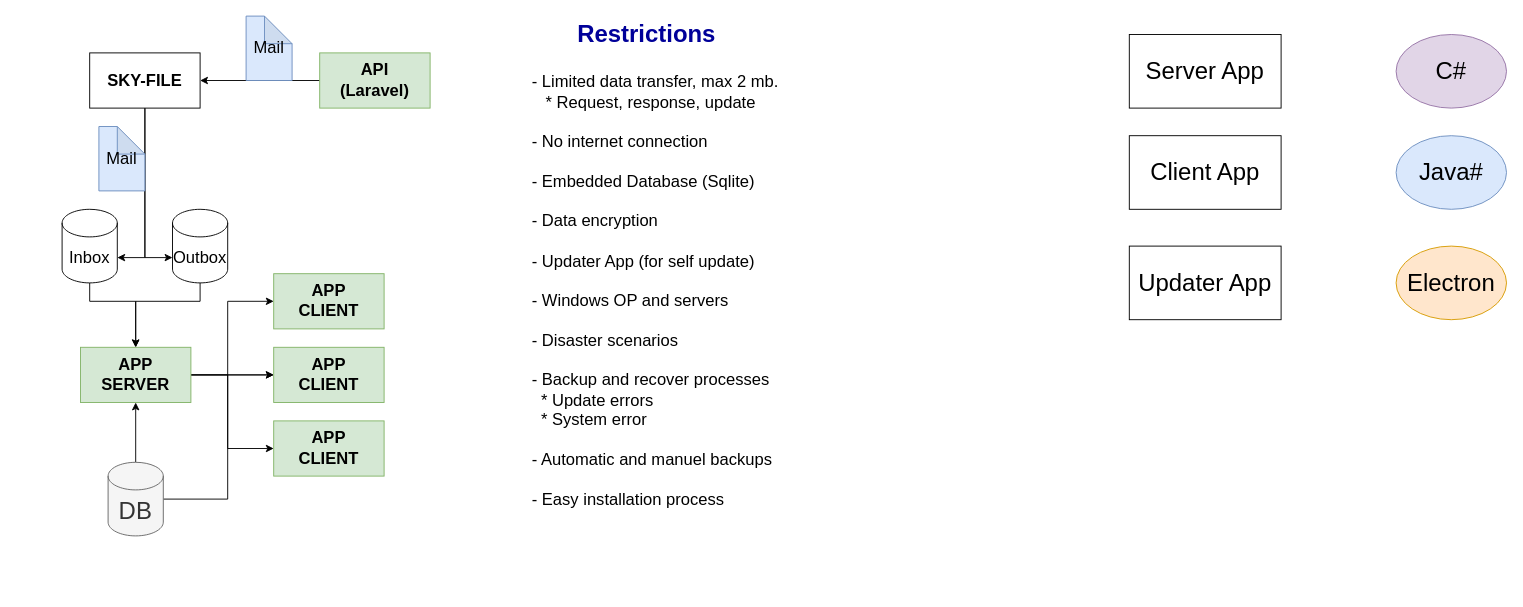
Before: page "Desktio App" (6 of 6) of mrvtool.drawio in dagistan-tuncbilek/tasarimlar, a draw.io diagram. Source tidied: cells renumbered, new cells numbered last; positions are measured from the earlier drawing's top-left corner, leaving out a move shared by most shapes. Both pictures are drawn from the tidied source at 92%, with x=0, y=0 at pixel (62, 16).
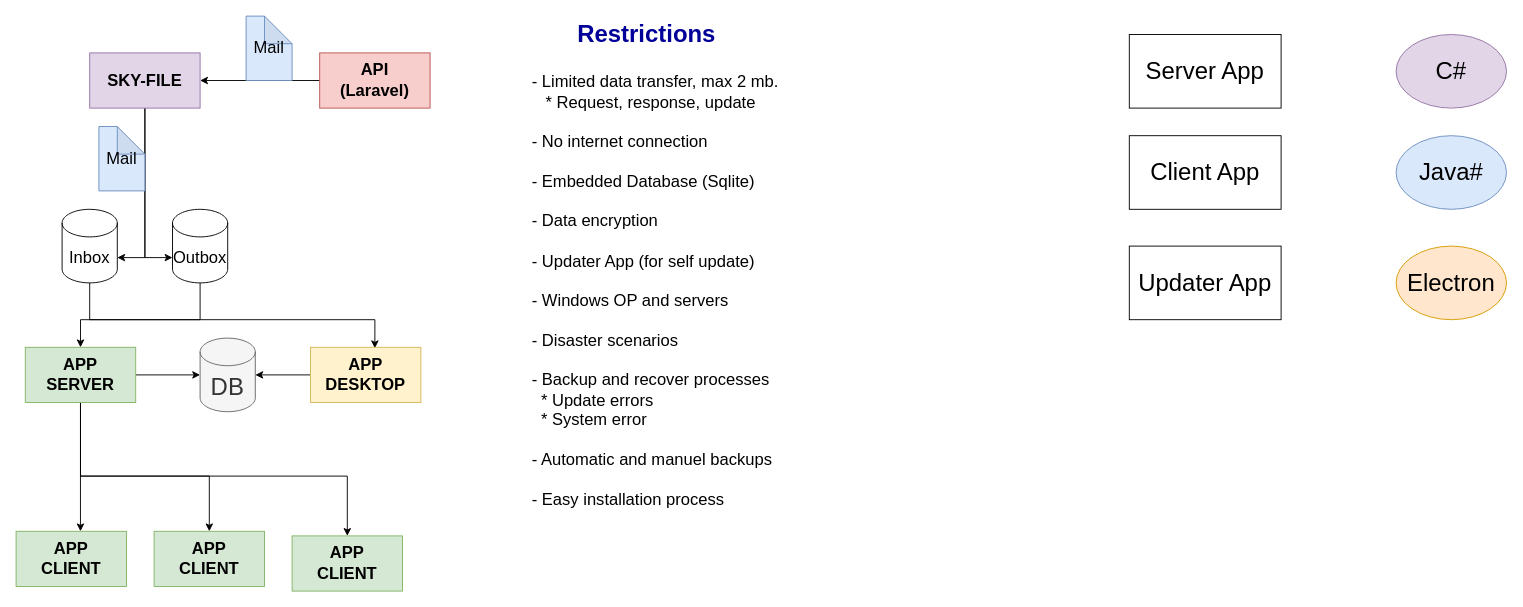
The same diagram, later.

Unchanged cells that the change refers to:
```xml
<mxCell id="14" value="Inbox" style="shape=cylinder3;whiteSpace=wrap;html=1;boundedLbl=1;backgroundOutline=1;size=15;fontSize=18;" parent="1" vertex="1">
  <mxGeometry y="210" width="60" height="80" as="geometry" />
</mxCell>
<mxCell id="16" value="Outbox" style="shape=cylinder3;whiteSpace=wrap;html=1;boundedLbl=1;backgroundOutline=1;size=15;fontSize=18;" parent="1" vertex="1">
  <mxGeometry x="120" y="210" width="60" height="80" as="geometry" />
</mxCell>
```

Diff of the diagram source:
```diff
@@
-    <mxCell id="3" value="&lt;div&gt;API&lt;/div&gt;&lt;div&gt;(Laravel)&lt;br&gt;&lt;/div&gt;" style="rounded=0;whiteSpace=wrap;html=1;fontStyle=1;fontSize=18;fillColor=#d5e8d4;strokeColor=#82b366;" parent="1" vertex="1">
+    <mxCell id="3" value="&lt;div&gt;API&lt;/div&gt;&lt;div&gt;(Laravel)&lt;br&gt;&lt;/div&gt;" style="rounded=0;whiteSpace=wrap;html=1;fontStyle=1;fontSize=18;fillColor=#f8cecc;strokeColor=#b85450;" parent="1" vertex="1">
       <mxGeometry x="280" y="40" width="120" height="60" as="geometry" />
     </mxCell>
@@
-    <mxCell id="6" value="SKY-FILE" style="rounded=0;whiteSpace=wrap;html=1;fontStyle=1;fontSize=18;" parent="1" vertex="1">
+    <mxCell id="6" value="SKY-FILE" style="rounded=0;whiteSpace=wrap;html=1;fontStyle=1;fontSize=18;fillColor=#e1d5e7;strokeColor=#9673a6;" parent="1" vertex="1">
       <mxGeometry x="30" y="40" width="120" height="60" as="geometry" />
     </mxCell>
@@
-    <mxCell id="8" style="edgeStyle=orthogonalEdgeStyle;rounded=0;jettySize=auto;html=1;entryX=0;entryY=0.5;entryDx=0;entryDy=0;fontSize=18;" parent="1" edge="1" source="11" target="17">
-      <mxGeometry relative="1" as="geometry">
-        <Array as="points">
-          <mxPoint x="180" y="390" />
-          <mxPoint x="180" y="470" />
-        </Array>
-      </mxGeometry>
+    <mxCell id="8" style="edgeStyle=orthogonalEdgeStyle;rounded=0;jettySize=auto;html=1;entryX=0.583;entryY=0;entryDx=0;entryDy=0;entryPerimeter=0;" parent="1" edge="1" source="11" target="17">
+      <mxGeometry relative="1" as="geometry" />
     </mxCell>
-    <mxCell id="9" style="edgeStyle=orthogonalEdgeStyle;rounded=0;jettySize=auto;html=1;entryX=0;entryY=0.5;entryDx=0;entryDy=0;fontSize=18;" parent="1" edge="1" source="11" target="18">
-      <mxGeometry relative="1" as="geometry" />
+    <mxCell id="9" style="edgeStyle=orthogonalEdgeStyle;rounded=0;jettySize=auto;html=1;entryX=0.5;entryY=0;entryDx=0;entryDy=0;" parent="1" edge="1" source="11" target="18">
+      <mxGeometry relative="1" as="geometry">
+        <Array as="points">
+          <mxPoint x="20" y="500" />
+          <mxPoint x="160" y="500" />
+        </Array>
+      </mxGeometry>
     </mxCell>
-    <mxCell id="10" style="edgeStyle=orthogonalEdgeStyle;rounded=0;jettySize=auto;html=1;entryX=0;entryY=0.5;entryDx=0;entryDy=0;fontSize=18;" parent="1" edge="1" source="11" target="19">
+    <mxCell id="10" style="edgeStyle=orthogonalEdgeStyle;rounded=0;jettySize=auto;html=1;entryX=0.5;entryY=0;entryDx=0;entryDy=0;" parent="1" edge="1" source="11" target="19">
       <mxGeometry relative="1" as="geometry">
         <Array as="points">
-          <mxPoint x="180" y="390" />
-          <mxPoint x="180" y="310" />
+          <mxPoint x="20" y="500" />
+          <mxPoint x="310" y="500" />
         </Array>
       </mxGeometry>
     </mxCell>
+    <mxCell id="31" style="edgeStyle=orthogonalEdgeStyle;rounded=0;jettySize=auto;html=1;entryX=0;entryY=0.5;entryDx=0;entryDy=0;entryPerimeter=0;" parent="1" edge="1" source="11" target="30">
+      <mxGeometry relative="1" as="geometry" />
+    </mxCell>
     <mxCell id="11" value="&lt;div&gt;APP &lt;br&gt;&lt;/div&gt;&lt;div&gt;SERVER&lt;br&gt;&lt;/div&gt;" style="rounded=0;whiteSpace=wrap;html=1;fontStyle=1;fontSize=18;fillColor=#d5e8d4;strokeColor=#82b366;" parent="1" vertex="1">
-      <mxGeometry x="20" y="360" width="120" height="60" as="geometry" />
+      <mxGeometry x="-40" y="360" width="120" height="60" as="geometry" />
     </mxCell>
@@
-    <mxCell id="13" style="edgeStyle=orthogonalEdgeStyle;rounded=0;jettySize=auto;html=1;entryX=0.5;entryY=0;entryDx=0;entryDy=0;fontSize=18;" parent="1" edge="1" source="14" target="11">
-      <mxGeometry relative="1" as="geometry">
-        <Array as="points">
-          <mxPoint x="30" y="310" />
-          <mxPoint x="80" y="310" />
-        </Array>
-      </mxGeometry>
-    </mxCell>
+    <mxCell id="32" style="edgeStyle=orthogonalEdgeStyle;rounded=0;jettySize=auto;html=1;entryX=0.583;entryY=0.017;entryDx=0;entryDy=0;entryPerimeter=0;" parent="1" edge="1" source="14" target="35">
+      <mxGeometry relative="1" as="geometry">
+        <Array as="points">
+          <mxPoint x="30" y="330" />
+          <mxPoint x="340" y="330" />
+        </Array>
+      </mxGeometry>
+    </mxCell>
@@
-    <mxCell id="15" style="edgeStyle=orthogonalEdgeStyle;rounded=0;jettySize=auto;html=1;fontSize=18;" parent="1" edge="1" source="16" target="11">
-      <mxGeometry relative="1" as="geometry">
-        <Array as="points">
-          <mxPoint x="150" y="310" />
-          <mxPoint x="80" y="310" />
-        </Array>
-      </mxGeometry>
-    </mxCell>
+    <mxCell id="33" style="edgeStyle=orthogonalEdgeStyle;rounded=0;jettySize=auto;html=1;" parent="1" edge="1" source="16">
+      <mxGeometry relative="1" as="geometry">
+        <mxPoint x="20" y="360" as="targetPoint" />
+        <Array as="points">
+          <mxPoint x="150" y="330" />
+          <mxPoint x="20" y="330" />
+        </Array>
+      </mxGeometry>
+    </mxCell>
@@
     <mxCell id="17" value="&lt;div&gt;APP &lt;br&gt;&lt;/div&gt;&lt;div&gt;CLIENT&lt;br&gt;&lt;/div&gt;" style="rounded=0;whiteSpace=wrap;html=1;fontStyle=1;fontSize=18;fillColor=#d5e8d4;strokeColor=#82b366;" parent="1" vertex="1">
-      <mxGeometry x="230" y="440" width="120" height="60" as="geometry" />
+      <mxGeometry x="-50" y="560" width="120" height="60" as="geometry" />
     </mxCell>
     <mxCell id="18" value="&lt;div&gt;APP &lt;br&gt;&lt;/div&gt;&lt;div&gt;CLIENT&lt;br&gt;&lt;/div&gt;" style="rounded=0;whiteSpace=wrap;html=1;fontStyle=1;fontSize=18;fillColor=#d5e8d4;strokeColor=#82b366;" parent="1" vertex="1">
-      <mxGeometry x="230" y="360" width="120" height="60" as="geometry" />
+      <mxGeometry x="100" y="560" width="120" height="60" as="geometry" />
     </mxCell>
     <mxCell id="19" value="&lt;div&gt;APP &lt;br&gt;&lt;/div&gt;&lt;div&gt;CLIENT&lt;br&gt;&lt;/div&gt;" style="rounded=0;whiteSpace=wrap;html=1;fontStyle=1;fontSize=18;fillColor=#d5e8d4;strokeColor=#82b366;" parent="1" vertex="1">
-      <mxGeometry x="230" y="280" width="120" height="60" as="geometry" />
+      <mxGeometry x="250" y="565" width="120" height="60" as="geometry" />
     </mxCell>
@@
-    <mxCell id="28" style="edgeStyle=orthogonalEdgeStyle;rounded=0;jettySize=auto;html=1;entryX=0.5;entryY=1;entryDx=0;entryDy=0;fontSize=26;" parent="1" edge="1" source="30" target="11">
-      <mxGeometry relative="1" as="geometry" />
-    </mxCell>
-    <mxCell id="29" style="edgeStyle=orthogonalEdgeStyle;rounded=0;jettySize=auto;html=1;entryX=0;entryY=0.5;entryDx=0;entryDy=0;fontSize=26;" parent="1" edge="1" source="30" target="18">
-      <mxGeometry relative="1" as="geometry">
-        <Array as="points">
-          <mxPoint x="180" y="525" />
-          <mxPoint x="180" y="390" />
-        </Array>
-      </mxGeometry>
-    </mxCell>
     <mxCell id="30" value="DB" style="shape=cylinder3;whiteSpace=wrap;html=1;boundedLbl=1;backgroundOutline=1;size=15;fontSize=26;verticalAlign=middle;fillColor=#f5f5f5;strokeColor=#666666;fontColor=#333333;" parent="1" vertex="1">
-      <mxGeometry x="50" y="485" width="60" height="80" as="geometry" />
+      <mxGeometry x="150" y="350" width="60" height="80" as="geometry" />
     </mxCell>
+    <mxCell id="34" style="edgeStyle=orthogonalEdgeStyle;rounded=0;jettySize=auto;html=1;entryX=1;entryY=0.5;entryDx=0;entryDy=0;entryPerimeter=0;" parent="1" edge="1" source="35" target="30">
+      <mxGeometry relative="1" as="geometry" />
+    </mxCell>
+    <mxCell id="35" value="&lt;div&gt;APP &lt;br&gt;&lt;/div&gt;&lt;div&gt;DESKTOP&lt;br&gt;&lt;/div&gt;" style="rounded=0;whiteSpace=wrap;html=1;fontStyle=1;fontSize=18;fillColor=#fff2cc;strokeColor=#d6b656;" parent="1" vertex="1">
+      <mxGeometry x="270" y="360" width="120" height="60" as="geometry" />
+    </mxCell>
```
